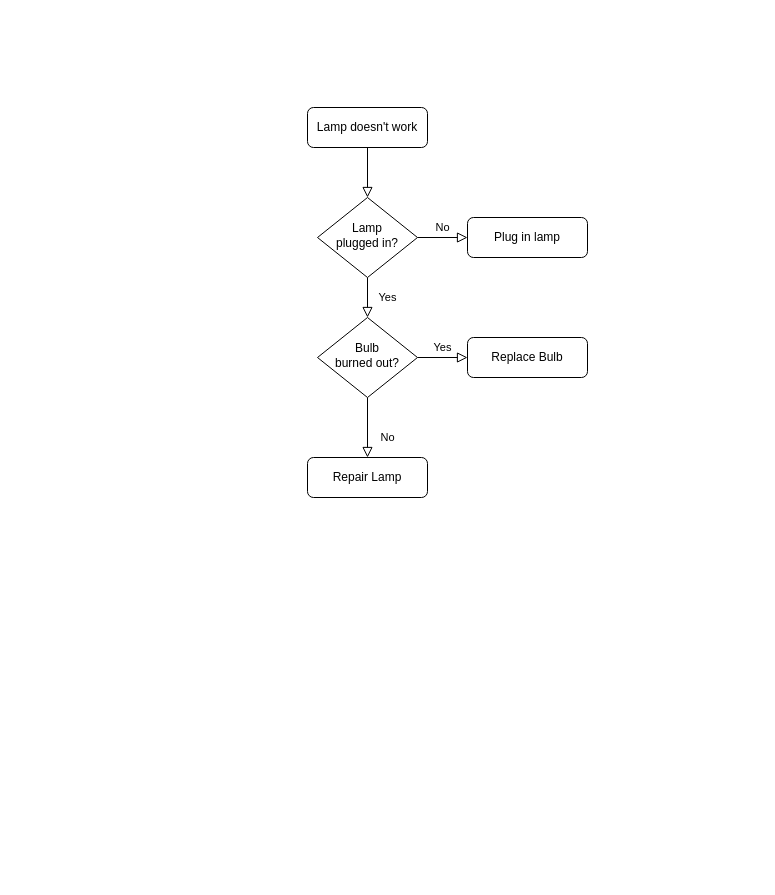
This is rollercoaster.drawio from ashokdeiva/ashokdeiva, a draw.io file, before an edit. Source tidied: cells renumbered, new cells numbered last; positions are measured from the earlier drawing's top-left corner, leaving out a move shared by most shapes. Both pictures are drawn from the tidied source at 100%, with x=0, y=0 at pixel (307, 107).
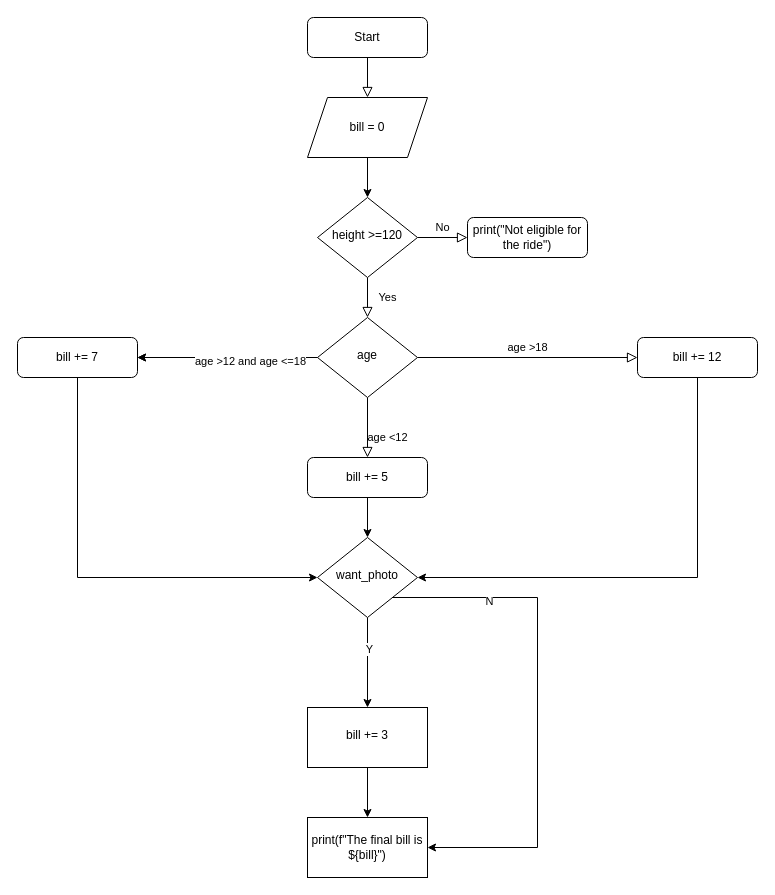
The same diagram, later.

The edit, as a diff of the source:
```diff
@@
-    <mxCell id="2" style="rounded=0;html=1;jettySize=auto;fontSize=11;endArrow=block;endFill=0;endSize=8;strokeWidth=1;shadow=0;labelBackgroundColor=none;edgeStyle=orthogonalEdgeStyle;" parent="1" edge="1" source="3" target="6">
+    <mxCell id="2" style="rounded=0;html=1;jettySize=auto;fontSize=11;endArrow=block;endFill=0;endSize=8;strokeWidth=1;shadow=0;labelBackgroundColor=none;edgeStyle=orthogonalEdgeStyle;entryX=0.5;entryY=0;entryDx=0;entryDy=0;" parent="1" edge="1" source="3" target="19">
       <mxGeometry relative="1" as="geometry" />
     </mxCell>
-    <mxCell id="3" value="Lamp doesn't work" style="rounded=1;whiteSpace=wrap;html=1;fontSize=12;glass=0;strokeWidth=1;shadow=0;" parent="1" vertex="1">
-      <mxGeometry width="120" height="40" as="geometry" />
+    <mxCell id="3" value="Start" style="rounded=1;whiteSpace=wrap;html=1;fontSize=12;glass=0;strokeWidth=1;shadow=0;" parent="1" vertex="1">
+      <mxGeometry y="-90" width="120" height="40" as="geometry" />
     </mxCell>
@@
-    <mxCell id="6" value="Lamp&lt;br&gt;plugged in?" style="rhombus;whiteSpace=wrap;html=1;shadow=0;fontFamily=Helvetica;fontSize=12;align=center;strokeWidth=1;spacing=6;spacingTop=-4;" parent="1" vertex="1">
+    <mxCell id="6" value="height &amp;gt;=120" style="rhombus;whiteSpace=wrap;html=1;shadow=0;fontFamily=Helvetica;fontSize=12;align=center;strokeWidth=1;spacing=6;spacingTop=-4;" parent="1" vertex="1">
       <mxGeometry x="10" y="90" width="100" height="80" as="geometry" />
     </mxCell>
-    <mxCell id="7" value="Plug in lamp" style="rounded=1;whiteSpace=wrap;html=1;fontSize=12;glass=0;strokeWidth=1;shadow=0;" parent="1" vertex="1">
+    <mxCell id="7" value="print(&quot;Not eligible for the ride&quot;)" style="rounded=1;whiteSpace=wrap;html=1;fontSize=12;glass=0;strokeWidth=1;shadow=0;" parent="1" vertex="1">
       <mxGeometry x="160" y="110" width="120" height="40" as="geometry" />
     </mxCell>
-    <mxCell id="8" value="No" style="rounded=0;html=1;jettySize=auto;fontSize=11;endArrow=block;endFill=0;endSize=8;strokeWidth=1;shadow=0;labelBackgroundColor=none;edgeStyle=orthogonalEdgeStyle;" parent="1" edge="1" source="10" target="11">
+    <mxCell id="8" value="age &amp;lt;12" style="rounded=0;html=1;jettySize=auto;fontSize=11;endArrow=block;endFill=0;endSize=8;strokeWidth=1;shadow=0;labelBackgroundColor=none;edgeStyle=orthogonalEdgeStyle;" parent="1" edge="1" source="10" target="11">
       <mxGeometry x="0.33" y="20" relative="1" as="geometry" />
     </mxCell>
-    <mxCell id="9" value="Yes" style="edgeStyle=orthogonalEdgeStyle;rounded=0;html=1;jettySize=auto;fontSize=11;endArrow=block;endFill=0;endSize=8;strokeWidth=1;shadow=0;labelBackgroundColor=none;" parent="1" edge="1" source="10" target="12">
+    <mxCell id="9" value="age &amp;gt;18" style="edgeStyle=orthogonalEdgeStyle;rounded=0;html=1;jettySize=auto;fontSize=11;endArrow=block;endFill=0;endSize=8;strokeWidth=1;shadow=0;labelBackgroundColor=none;" parent="1" edge="1" source="10" target="12">
       <mxGeometry y="10" relative="1" as="geometry" />
     </mxCell>
+    <mxCell id="13" style="edgeStyle=orthogonalEdgeStyle;rounded=0;jettySize=auto;html=1;" parent="1" edge="1" source="10" target="21">
+      <mxGeometry relative="1" as="geometry" />
+    </mxCell>
+    <mxCell id="14" style="edgeStyle=orthogonalEdgeStyle;rounded=0;jettySize=auto;html=1;" parent="1" edge="1" source="10" target="21">
+      <mxGeometry relative="1" as="geometry" />
+    </mxCell>
+    <mxCell id="15" value="age &amp;gt;12 and age &amp;lt;=18" style="edgeLabel;html=1;align=center;verticalAlign=middle;" parent="14" vertex="1">
+      <mxGeometry x="-0.24" y="3" relative="1" as="geometry" />
+    </mxCell>
-    <mxCell id="10" value="Bulb&lt;br&gt;burned out?" style="rhombus;whiteSpace=wrap;html=1;shadow=0;fontFamily=Helvetica;fontSize=12;align=center;strokeWidth=1;spacing=6;spacingTop=-4;" parent="1" vertex="1">
+    <mxCell id="10" value="age" style="rhombus;whiteSpace=wrap;html=1;shadow=0;fontFamily=Helvetica;fontSize=12;align=center;strokeWidth=1;spacing=6;spacingTop=-4;" parent="1" vertex="1">
       <mxGeometry x="10" y="210" width="100" height="80" as="geometry" />
     </mxCell>
+    <mxCell id="16" style="edgeStyle=orthogonalEdgeStyle;rounded=0;jettySize=auto;html=1;" parent="1" edge="1" source="11" target="26">
+      <mxGeometry relative="1" as="geometry" />
+    </mxCell>
-    <mxCell id="11" value="Repair Lamp" style="rounded=1;whiteSpace=wrap;html=1;fontSize=12;glass=0;strokeWidth=1;shadow=0;" parent="1" vertex="1">
+    <mxCell id="11" value="bill += 5" style="rounded=1;whiteSpace=wrap;html=1;fontSize=12;glass=0;strokeWidth=1;shadow=0;" parent="1" vertex="1">
       <mxGeometry y="350" width="120" height="40" as="geometry" />
     </mxCell>
+    <mxCell id="17" style="edgeStyle=orthogonalEdgeStyle;rounded=0;jettySize=auto;html=1;entryX=1;entryY=0.5;entryDx=0;entryDy=0;exitX=0.5;exitY=1;exitDx=0;exitDy=0;" parent="1" edge="1" source="12" target="26">
+      <mxGeometry relative="1" as="geometry" />
+    </mxCell>
-    <mxCell id="12" value="Replace Bulb" style="rounded=1;whiteSpace=wrap;html=1;fontSize=12;glass=0;strokeWidth=1;shadow=0;" parent="1" vertex="1">
-      <mxGeometry x="160" y="230" width="120" height="40" as="geometry" />
+    <mxCell id="12" value="bill += 12" style="rounded=1;whiteSpace=wrap;html=1;fontSize=12;glass=0;strokeWidth=1;shadow=0;" parent="1" vertex="1">
+      <mxGeometry x="330" y="230" width="120" height="40" as="geometry" />
     </mxCell>
+    <mxCell id="18" style="edgeStyle=orthogonalEdgeStyle;rounded=0;jettySize=auto;html=1;entryX=0.5;entryY=0;entryDx=0;entryDy=0;" parent="1" edge="1" source="19" target="6">
+      <mxGeometry relative="1" as="geometry" />
+    </mxCell>
+    <mxCell id="19" value="bill = 0" style="shape=parallelogram;perimeter=parallelogramPerimeter;whiteSpace=wrap;html=1;fixedSize=1;" parent="1" vertex="1">
+      <mxGeometry y="-10" width="120" height="60" as="geometry" />
+    </mxCell>
+    <mxCell id="20" style="edgeStyle=orthogonalEdgeStyle;rounded=0;jettySize=auto;html=1;entryX=0;entryY=0.5;entryDx=0;entryDy=0;exitX=0.5;exitY=1;exitDx=0;exitDy=0;" parent="1" edge="1" source="21" target="26">
+      <mxGeometry relative="1" as="geometry" />
+    </mxCell>
+    <mxCell id="21" value="bill += 7" style="rounded=1;whiteSpace=wrap;html=1;fontSize=12;glass=0;strokeWidth=1;shadow=0;" parent="1" vertex="1">
+      <mxGeometry x="-290" y="230" width="120" height="40" as="geometry" />
+    </mxCell>
+    <mxCell id="22" style="edgeStyle=orthogonalEdgeStyle;rounded=0;jettySize=auto;html=1;" parent="1" edge="1" source="26" target="28">
+      <mxGeometry relative="1" as="geometry" />
+    </mxCell>
+    <mxCell id="23" value="Y" style="edgeLabel;html=1;align=center;verticalAlign=middle;" parent="22" vertex="1">
+      <mxGeometry x="-0.32" y="1" relative="1" as="geometry" />
+    </mxCell>
+    <mxCell id="24" style="edgeStyle=orthogonalEdgeStyle;rounded=0;jettySize=auto;html=1;entryX=1;entryY=0.5;entryDx=0;entryDy=0;exitX=1;exitY=1;exitDx=0;exitDy=0;" parent="1" edge="1" source="26" target="29">
+      <mxGeometry relative="1" as="geometry">
+        <Array as="points">
+          <mxPoint x="230" y="490" />
+          <mxPoint x="230" y="740" />
+        </Array>
+      </mxGeometry>
+    </mxCell>
+    <mxCell id="25" value="N" style="edgeLabel;html=1;align=center;verticalAlign=middle;" parent="24" vertex="1">
+      <mxGeometry x="-0.62" y="-3" relative="1" as="geometry" />
+    </mxCell>
+    <mxCell id="26" value="want_photo" style="rhombus;whiteSpace=wrap;html=1;shadow=0;fontFamily=Helvetica;fontSize=12;align=center;strokeWidth=1;spacing=6;spacingTop=-4;" parent="1" vertex="1">
+      <mxGeometry x="10" y="430" width="100" height="80" as="geometry" />
+    </mxCell>
+    <mxCell id="27" style="edgeStyle=orthogonalEdgeStyle;rounded=0;jettySize=auto;html=1;entryX=0.5;entryY=0;entryDx=0;entryDy=0;" parent="1" edge="1" source="28" target="29">
+      <mxGeometry relative="1" as="geometry" />
+    </mxCell>
+    <mxCell id="28" value="bill += 3" style="whiteSpace=wrap;html=1;shadow=0;strokeWidth=1;spacing=6;spacingTop=-4;" parent="1" vertex="1">
+      <mxGeometry y="600" width="120" height="60" as="geometry" />
+    </mxCell>
+    <mxCell id="29" value="print(f&quot;The final bill is ${bill}&quot;)" style="rounded=0;whiteSpace=wrap;html=1;" parent="1" vertex="1">
+      <mxGeometry y="710" width="120" height="60" as="geometry" />
+    </mxCell>
```
